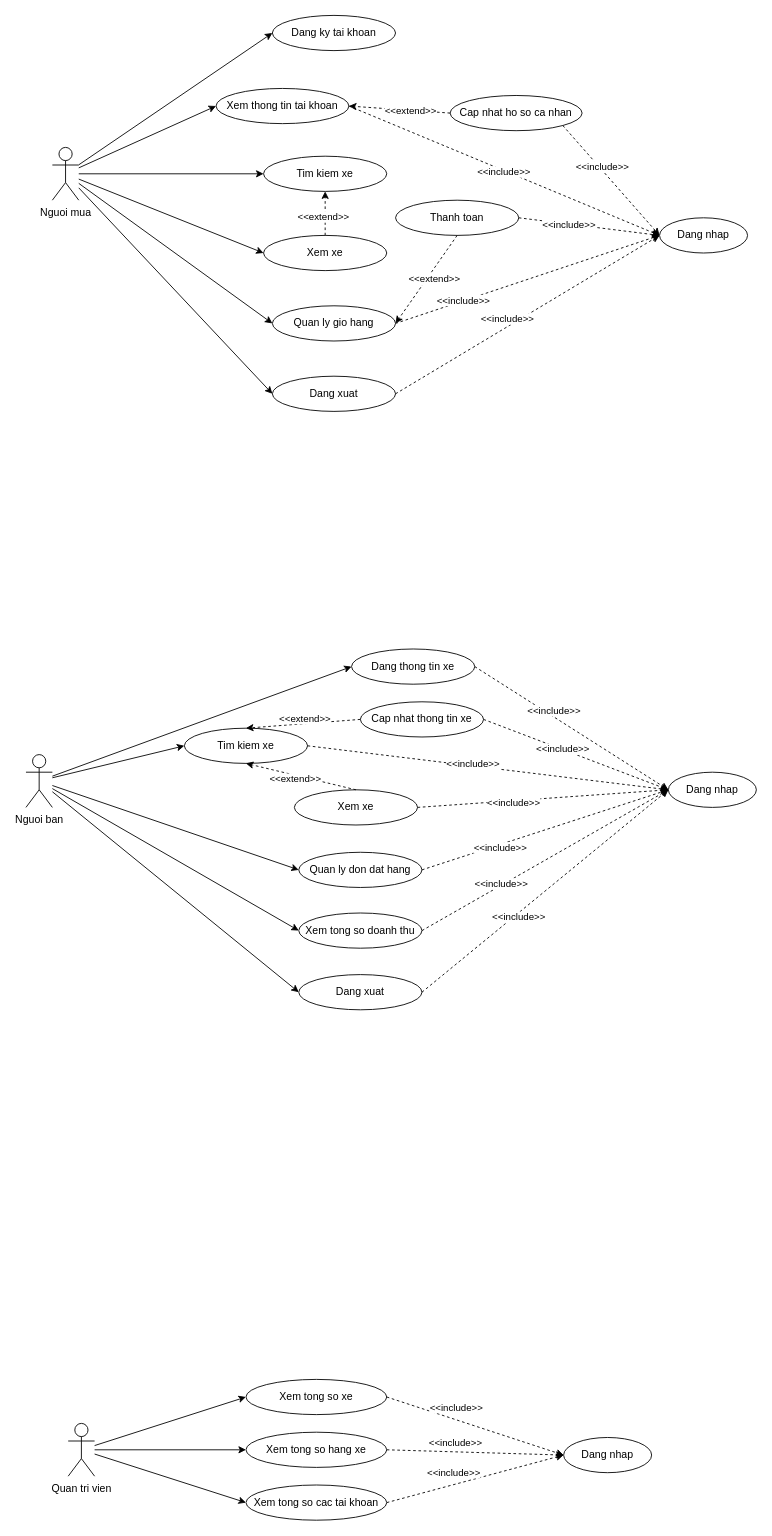
This is templates/usecase.drawio from hoangnv391/datn_report, a draw.io file, before an edit. Source tidied: cells renumbered, new cells numbered last; positions are measured from the earlier drawing's top-left corner, leaving out a move shared by most shapes. Both pictures are drawn from the tidied source at 88%, with x=0, y=0 at pixel (26, 15).
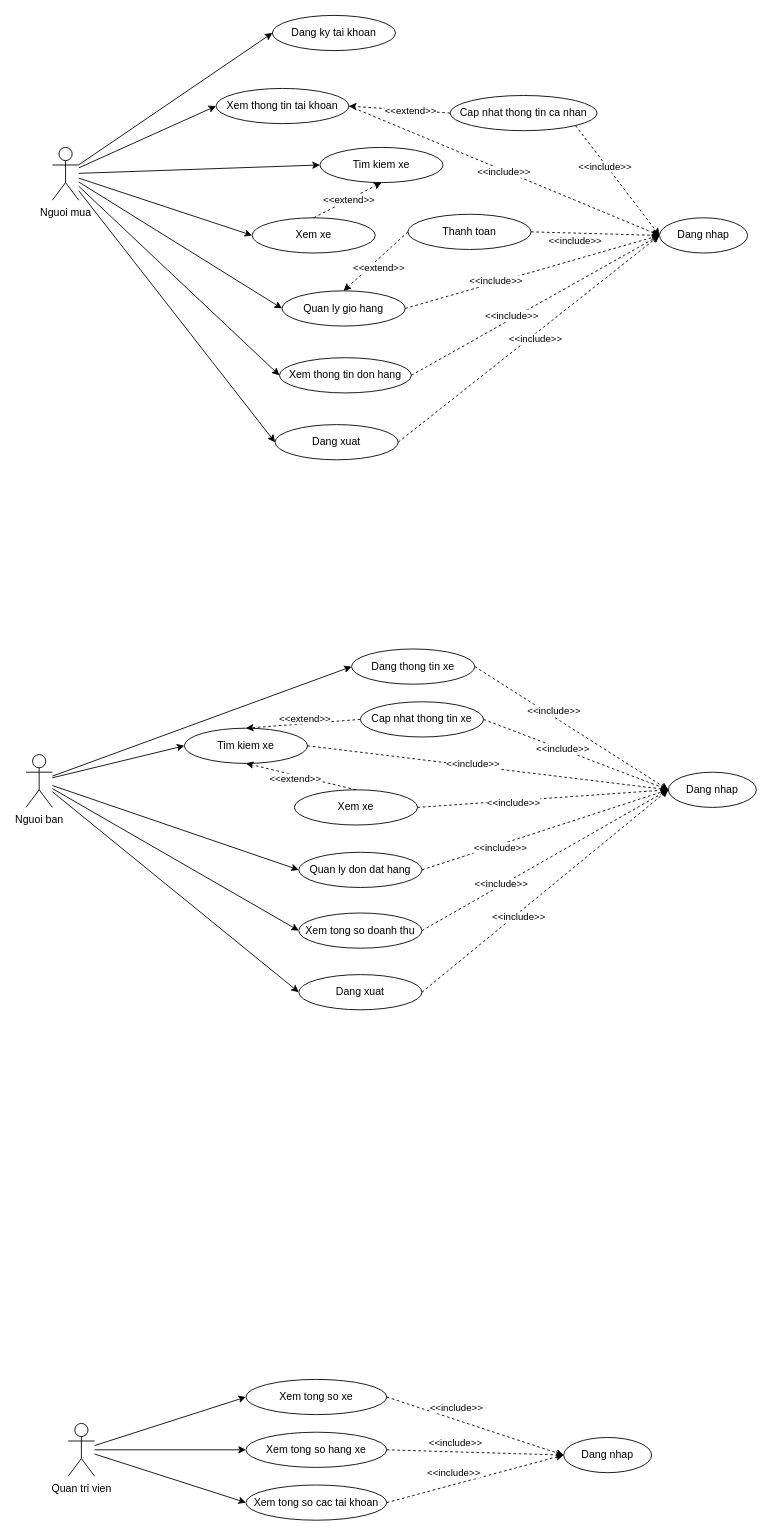
After the change.

Commit message (it also covers changes not shown here):
add usecase to usecase diagram and complete than quarter chapter 2)

Unchanged cells that the change refers to:
```xml
<mxCell id="2" value="Nguoi mua" style="shape=umlActor;verticalLabelPosition=bottom;verticalAlign=top;html=1;" parent="1" vertex="1">
  <mxGeometry x="30" y="150" width="30" height="60" as="geometry" />
</mxCell>
<mxCell id="25" value="&lt;font style=&quot;font-size: 12px;&quot;&gt;Dang nhap&lt;/font&gt;" style="ellipse;whiteSpace=wrap;html=1;" parent="1" vertex="1">
  <mxGeometry x="720" y="230" width="100" height="40" as="geometry" />
</mxCell>
<mxCell id="31" style="endArrow=classic;html=1;rounded=0;exitX=1;exitY=0.5;exitDx=0;exitDy=0;entryX=0;entryY=0.5;entryDx=0;entryDy=0;dashed=1;" parent="1" edge="1" source="9" target="25">
  <mxGeometry relative="1" as="geometry" />
</mxCell>
<mxCell id="35" style="endArrow=classic;html=1;rounded=0;exitX=1;exitY=0.5;exitDx=0;exitDy=0;entryX=0;entryY=0.5;entryDx=0;entryDy=0;dashed=1;" parent="1" edge="1" source="8" target="25">
  <mxGeometry relative="1" as="geometry" />
</mxCell>
<mxCell id="37" style="endArrow=classic;html=1;rounded=0;exitX=1;exitY=0.5;exitDx=0;exitDy=0;entryX=0;entryY=0.5;entryDx=0;entryDy=0;dashed=1;" parent="1" edge="1" source="10" target="25">
  <mxGeometry relative="1" as="geometry" />
</mxCell>
<mxCell id="41" style="endArrow=classic;html=1;rounded=0;exitX=0.5;exitY=0;exitDx=0;exitDy=0;entryX=0.5;entryY=1;entryDx=0;entryDy=0;dashed=1;" parent="1" edge="1" source="7" target="6">
  <mxGeometry relative="1" as="geometry" />
</mxCell>
```

What changed in the source:
```diff
@@
-    <mxCell id="5" value="Cap nhat ho so ca nhan" style="ellipse;whiteSpace=wrap;html=1;" parent="1" vertex="1">
-      <mxGeometry x="482" y="91" width="150" height="40" as="geometry" />
+    <mxCell id="5" value="Cap nhat thong tin ca nhan" style="ellipse;whiteSpace=wrap;html=1;" parent="1" vertex="1">
+      <mxGeometry x="482" y="91" width="167" height="40" as="geometry" />
     </mxCell>
     <mxCell id="6" value="&lt;font style=&quot;font-size: 12px;&quot;&gt;Tim kiem xe&lt;/font&gt;" style="ellipse;whiteSpace=wrap;html=1;" parent="1" vertex="1">
-      <mxGeometry x="270" y="160" width="140" height="40" as="geometry" />
+      <mxGeometry x="334" y="150" width="140" height="40" as="geometry" />
     </mxCell>
     <mxCell id="7" value="&lt;font style=&quot;font-size: 12px;&quot;&gt;Xem xe&lt;/font&gt;" style="ellipse;whiteSpace=wrap;html=1;" parent="1" vertex="1">
-      <mxGeometry x="270" y="250" width="140" height="40" as="geometry" />
+      <mxGeometry x="257" y="230" width="140" height="40" as="geometry" />
     </mxCell>
     <mxCell id="8" value="&lt;font style=&quot;font-size: 12px;&quot;&gt;Quan ly gio hang&lt;/font&gt;" style="ellipse;whiteSpace=wrap;html=1;" parent="1" vertex="1">
-      <mxGeometry x="280" y="330" width="140" height="40" as="geometry" />
+      <mxGeometry x="291" y="313" width="140" height="40" as="geometry" />
     </mxCell>
     <mxCell id="9" value="&lt;font style=&quot;font-size: 12px;&quot;&gt;Thanh toan&lt;/font&gt;" style="ellipse;whiteSpace=wrap;html=1;" parent="1" vertex="1">
-      <mxGeometry x="420" y="210" width="140" height="40" as="geometry" />
+      <mxGeometry x="434" y="226" width="140" height="40" as="geometry" />
     </mxCell>
     <mxCell id="10" value="&lt;font style=&quot;font-size: 12px;&quot;&gt;Dang xuat&lt;/font&gt;" style="ellipse;whiteSpace=wrap;html=1;" parent="1" vertex="1">
-      <mxGeometry x="280" y="410" width="140" height="40" as="geometry" />
+      <mxGeometry x="283" y="465" width="140" height="40" as="geometry" />
     </mxCell>
@@
     <mxCell id="32" value="&amp;lt;&amp;lt;include&amp;gt;&amp;gt;" style="edgeLabel;html=1;align=center;verticalAlign=middle;" parent="31" vertex="1">
       <mxGeometry x="0.45" relative="1" as="geometry">
-        <mxPoint x="-60" y="-7" as="offset" />
+        <mxPoint x="-56" y="7" as="offset" />
       </mxGeometry>
     </mxCell>
@@
     <mxCell id="36" value="&amp;lt;&amp;lt;include&amp;gt;&amp;gt;" style="edgeLabel;html=1;align=center;verticalAlign=middle;" parent="35" vertex="1">
       <mxGeometry x="0.45" relative="1" as="geometry">
-        <mxPoint x="-141" y="46" as="offset" />
+        <mxPoint x="-107" y="29" as="offset" />
       </mxGeometry>
     </mxCell>
@@
     <mxCell id="38" value="&amp;lt;&amp;lt;include&amp;gt;&amp;gt;" style="edgeLabel;html=1;align=center;verticalAlign=middle;" parent="37" vertex="1">
       <mxGeometry x="0.45" relative="1" as="geometry">
-        <mxPoint x="-91" y="45" as="offset" />
+        <mxPoint x="-60" y="53" as="offset" />
       </mxGeometry>
     </mxCell>
@@
     <mxCell id="42" value="&amp;lt;&amp;lt;extend&amp;gt;&amp;gt;" style="edgeLabel;html=1;align=center;verticalAlign=middle;" parent="41" vertex="1">
       <mxGeometry x="0.45" relative="1" as="geometry">
-        <mxPoint x="-3" y="14" as="offset" />
+        <mxPoint x="-16" y="9" as="offset" />
       </mxGeometry>
     </mxCell>
@@
-    <mxCell id="45" style="endArrow=classic;html=1;rounded=0;exitX=0.5;exitY=1;exitDx=0;exitDy=0;dashed=1;entryX=1;entryY=0.5;entryDx=0;entryDy=0;" parent="1" edge="1" source="9" target="8">
+    <mxCell id="45" style="endArrow=classic;html=1;rounded=0;exitX=0;exitY=0.5;exitDx=0;exitDy=0;dashed=1;entryX=0.5;entryY=0;entryDx=0;entryDy=0;" parent="1" edge="1" source="9" target="8">
       <mxGeometry relative="1" as="geometry" />
     </mxCell>
     <mxCell id="46" value="&amp;lt;&amp;lt;extend&amp;gt;&amp;gt;" style="edgeLabel;html=1;align=center;verticalAlign=middle;" parent="45" vertex="1">
       <mxGeometry x="0.45" relative="1" as="geometry">
-        <mxPoint x="24" y="-23" as="offset" />
+        <mxPoint x="20" y="-8" as="offset" />
       </mxGeometry>
     </mxCell>
@@
+    <mxCell id="80" value="&lt;font style=&quot;font-size: 12px;&quot;&gt;Xem thong tin don hang&lt;/font&gt;" style="ellipse;whiteSpace=wrap;html=1;" parent="1" vertex="1">
+      <mxGeometry x="288" y="389" width="150" height="40" as="geometry" />
+    </mxCell>
+    <mxCell id="81" style="endArrow=classic;html=1;rounded=0;entryX=0;entryY=0.5;entryDx=0;entryDy=0;" parent="1" edge="1" source="2" target="80">
+      <mxGeometry relative="1" as="geometry" />
+    </mxCell>
+    <mxCell id="82" style="endArrow=classic;html=1;rounded=0;exitX=1;exitY=0.5;exitDx=0;exitDy=0;entryX=0;entryY=0.5;entryDx=0;entryDy=0;dashed=1;" parent="1" edge="1" source="80" target="25">
+      <mxGeometry relative="1" as="geometry" />
+    </mxCell>
+    <mxCell id="83" value="&amp;lt;&amp;lt;include&amp;gt;&amp;gt;" style="edgeLabel;html=1;align=center;verticalAlign=middle;" parent="82" vertex="1">
+      <mxGeometry x="0.45" relative="1" as="geometry">
+        <mxPoint x="-91" y="47" as="offset" />
+      </mxGeometry>
+    </mxCell>
```
